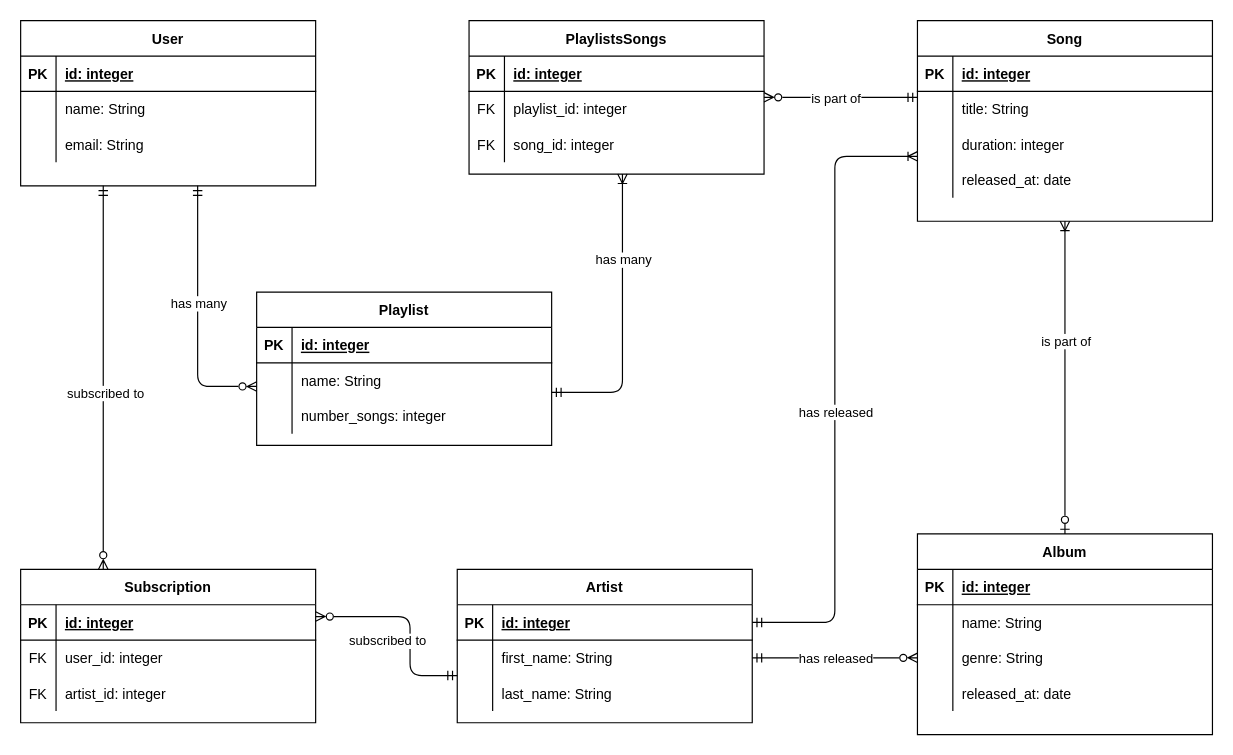
This is erd.drawio from SBakanow/hhn-db1-memeql, a draw.io file, before an edit. Source tidied: cells renumbered, new cells numbered last; positions are measured from the earlier drawing's top-left corner, leaving out a move shared by most shapes. Both pictures are drawn from the tidied source at 118%, with x=0, y=0 at pixel (20, 20).
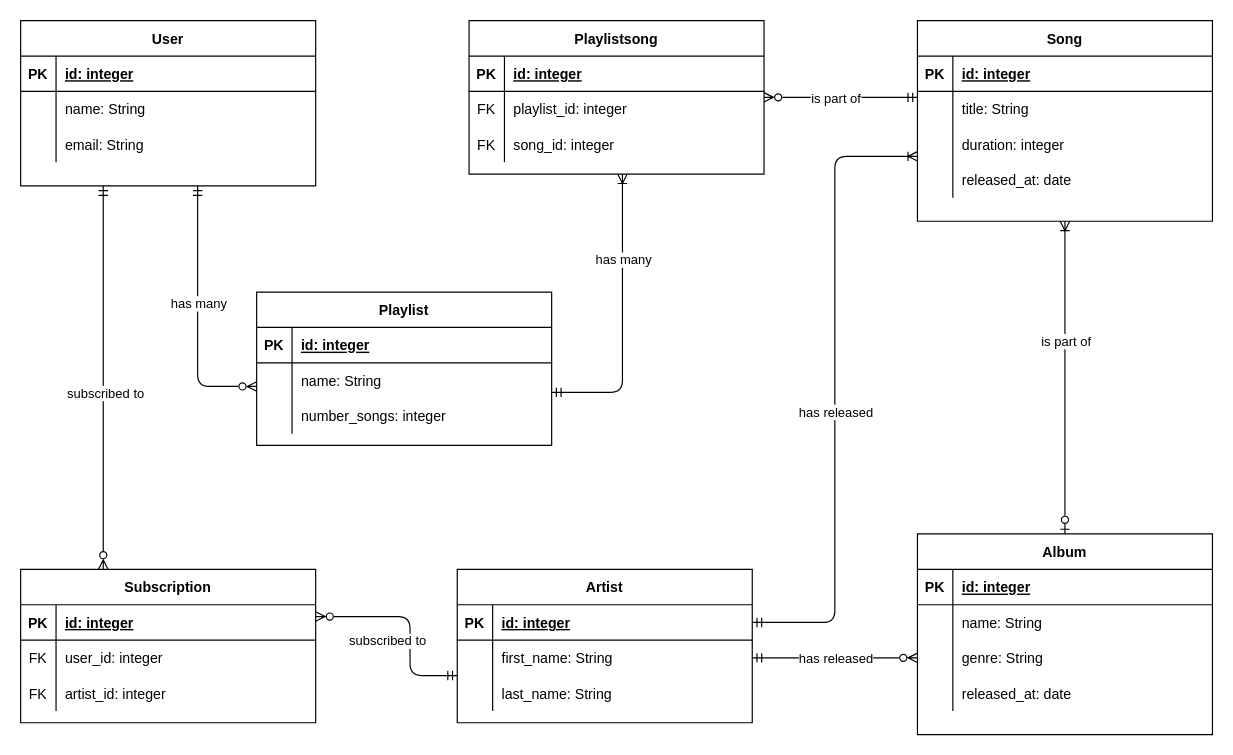
The same diagram, later.

Commit message (it also covers changes not shown here):
Fix typo in entity name

What changed in the source:
```diff
@@
-    <mxCell id="82" value="PlaylistsSongs" style="shape=table;startSize=30;childLayout=tableLayout;rowLines=0;fontStyle=1;align=center;" parent="1" vertex="1">
+    <mxCell id="82" value="Playlistsong" style="shape=table;startSize=30;childLayout=tableLayout;rowLines=0;fontStyle=1;align=center;" parent="1" vertex="1">
       <mxGeometry x="380" width="250" height="130" as="geometry" />
     </mxCell>
```
